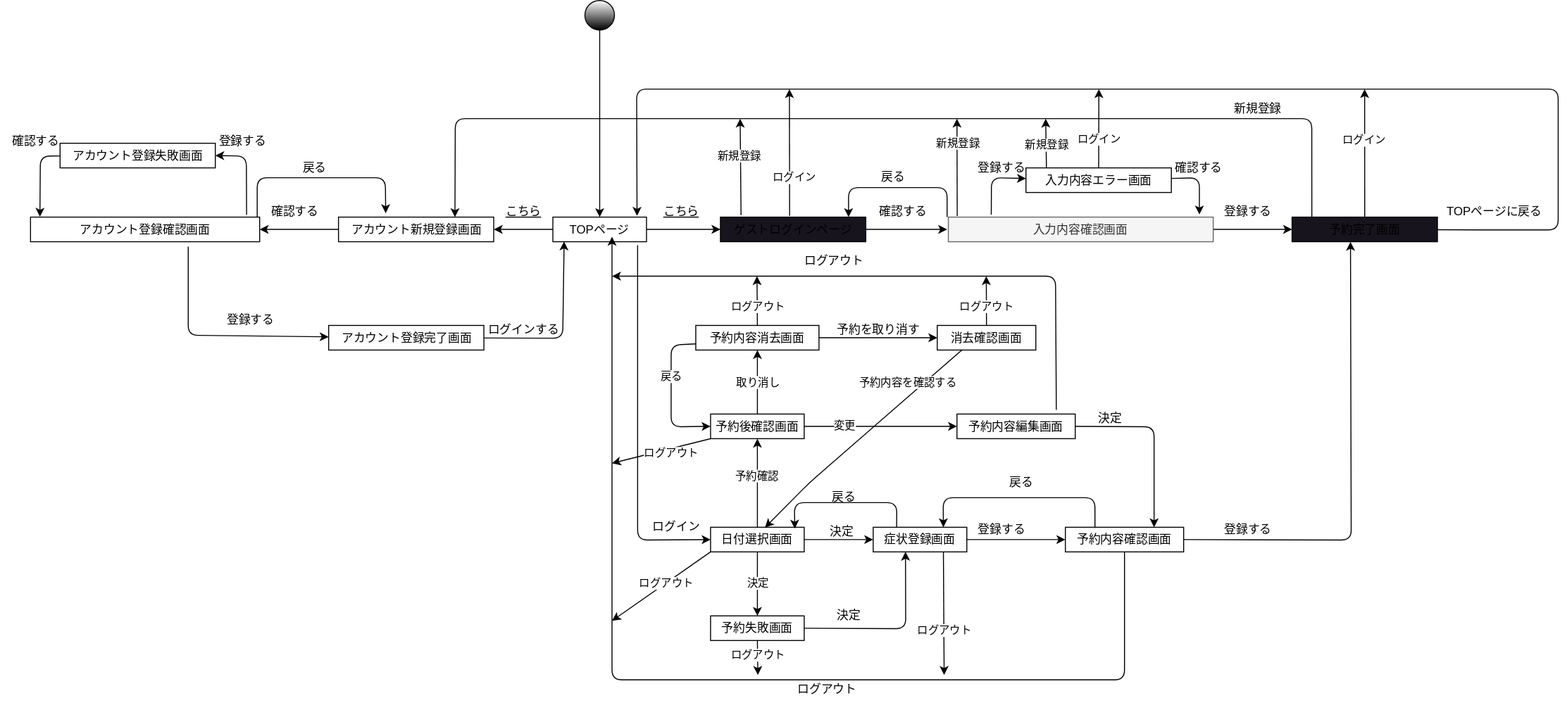
Before: pj.drawio.svg, a diagram exported from draw.io (sakamotoshuri/uml_introduction). Source tidied: cells renumbered, new cells last; positions are measured from the earlier drawing's top-left corner, leaving out a move shared by most shapes.
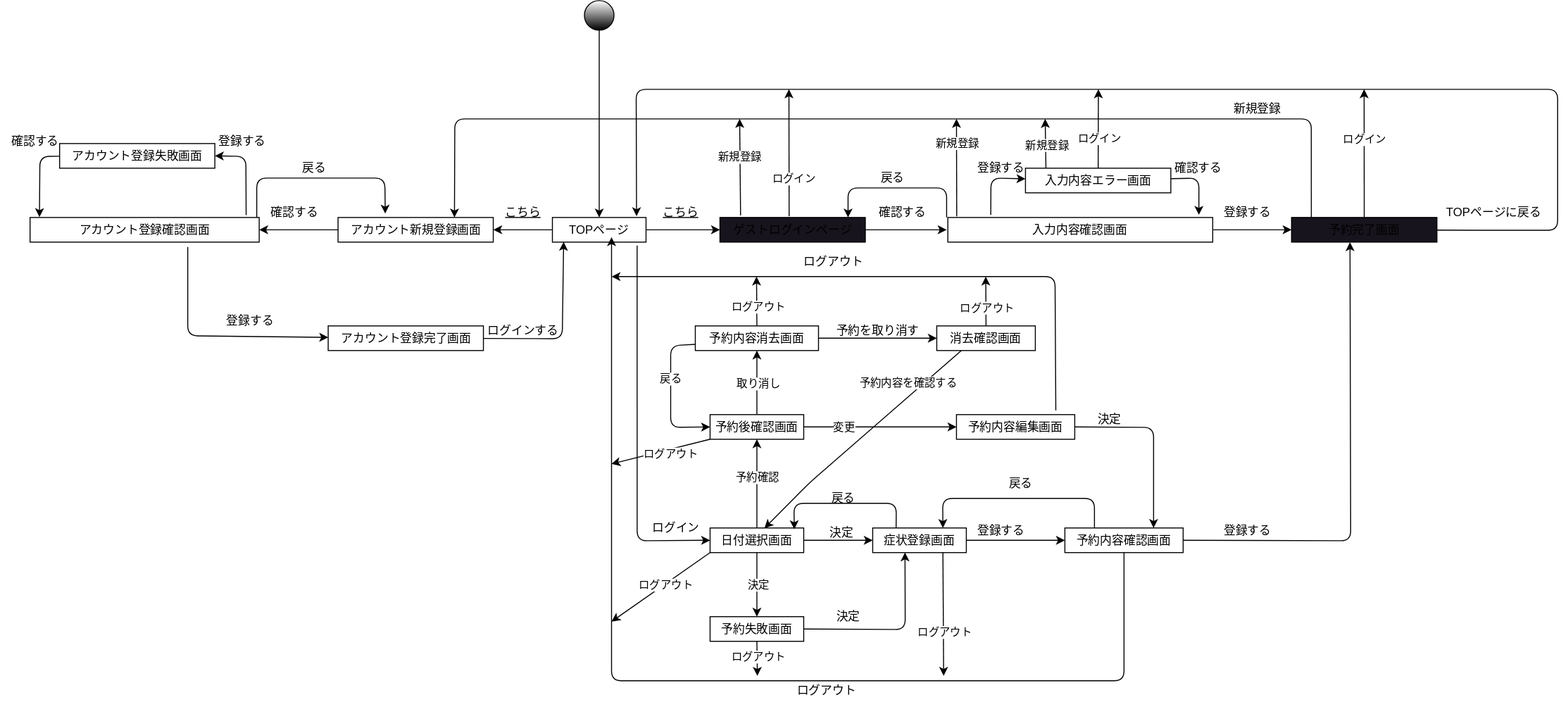
Later version of the same file.

Change to the diagram source:
```diff
@@ -488,7 +488,7 @@
     <mxCell id="109" value="ログアウト" style="text;html=1;align=center;verticalAlign=middle;strokeColor=none;fillColor=none;" parent="1" vertex="1">
       <mxGeometry x="805" y="250" width="80" height="30" as="geometry" />
     </mxCell>
-    <mxCell id="110" value="入力内容確認画面" style="whiteSpace=wrap;html=1;fillColor=#f5f5f5;fontColor=#333333;strokeColor=#666666;" parent="1" vertex="1">
+    <mxCell id="110" value="入力内容確認画面" style="whiteSpace=wrap;html=1;" parent="1" vertex="1">
       <mxGeometry x="961.2" y="220" width="268.8" height="25" as="geometry" />
     </mxCell>
   </root>
```
